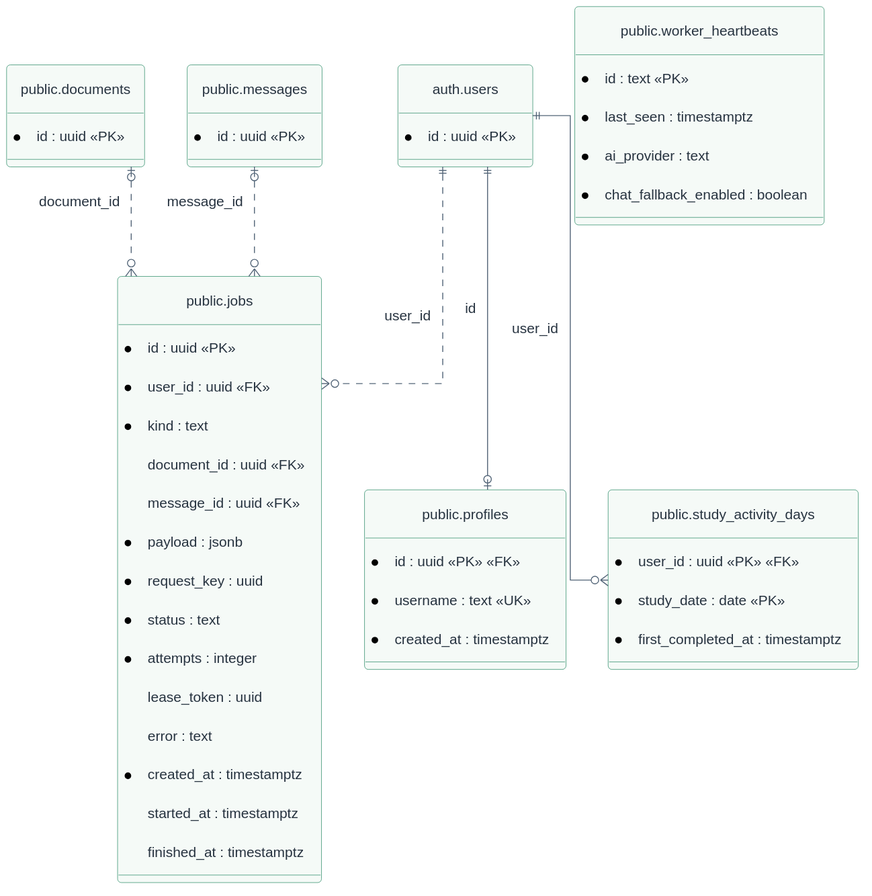
Earlier version of the PlantUML export docs/diagrams/04c-operations-erd.svg (letoan9319/ChatBot). Its diagram source:
```plantuml
@startuml
!include style.iuml
hide circle
skinparam linetype ortho
entity "public.documents" as documents {
  * id : uuid <<PK>>
}
entity "public.jobs" as jobs {
  * id : uuid <<PK>>
  * user_id : uuid <<FK>>
  * kind : text
  document_id : uuid <<FK>>
  message_id : uuid <<FK>>
  * payload : jsonb
  * request_key : uuid
  * status : text
  * attempts : integer
  lease_token : uuid
  error : text
  * created_at : timestamptz
  started_at : timestamptz
  finished_at : timestamptz
}
entity "public.messages" as messages {
  * id : uuid <<PK>>
}
entity "public.profiles" as profiles {
  * id : uuid <<PK>> <<FK>>
  * username : text <<UK>>
  * created_at : timestamptz
}
entity "public.study_activity_days" as study_activity_days {
  * user_id : uuid <<PK>> <<FK>>
  * study_date : date <<PK>>
  * first_completed_at : timestamptz
}
entity "auth.users" as users {
  * id : uuid <<PK>>
}
entity "public.worker_heartbeats" as worker_heartbeats {
  * id : text <<PK>>
  * last_seen : timestamptz
  * ai_provider : text
  * chat_fallback_enabled : boolean
}
users ||--o| profiles : id
users ||--o{ study_activity_days : user_id
users ||..o{ jobs : user_id
documents |o..o{ jobs : document_id
messages |o..o{ jobs : message_id
@enduml
```
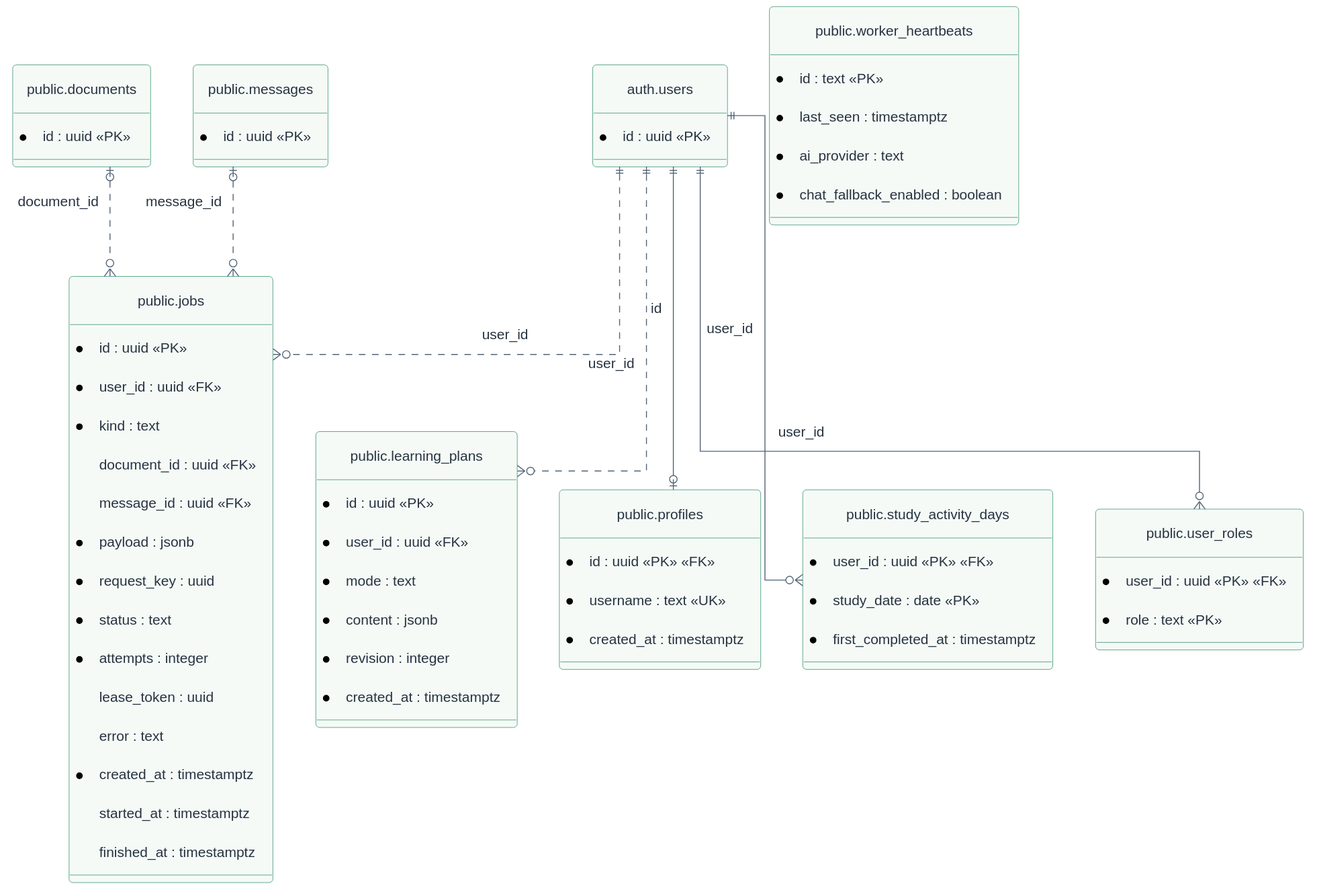
Above is the later version.

What changed in the source:
```diff
@@ -21,6 +21,14 @@
   started_at : timestamptz
   finished_at : timestamptz
 }
+entity "public.learning_plans" as learning_plans {
+  * id : uuid <<PK>>
+  * user_id : uuid <<FK>>
+  * mode : text
+  * content : jsonb
+  * revision : integer
+  * created_at : timestamptz
+}
 entity "public.messages" as messages {
   * id : uuid <<PK>>
 }
@@ -34,6 +42,10 @@
   * study_date : date <<PK>>
   * first_completed_at : timestamptz
 }
+entity "public.user_roles" as user_roles {
+  * user_id : uuid <<PK>> <<FK>>
+  * role : text <<PK>>
+}
 entity "auth.users" as users {
   * id : uuid <<PK>>
 }
@@ -44,6 +56,8 @@
   * chat_fallback_enabled : boolean
 }
 users ||--o| profiles : id
+users ||--o{ user_roles : user_id
+users ||..o{ learning_plans : user_id
 users ||--o{ study_activity_days : user_id
 users ||..o{ jobs : user_id
 documents |o..o{ jobs : document_id
```
